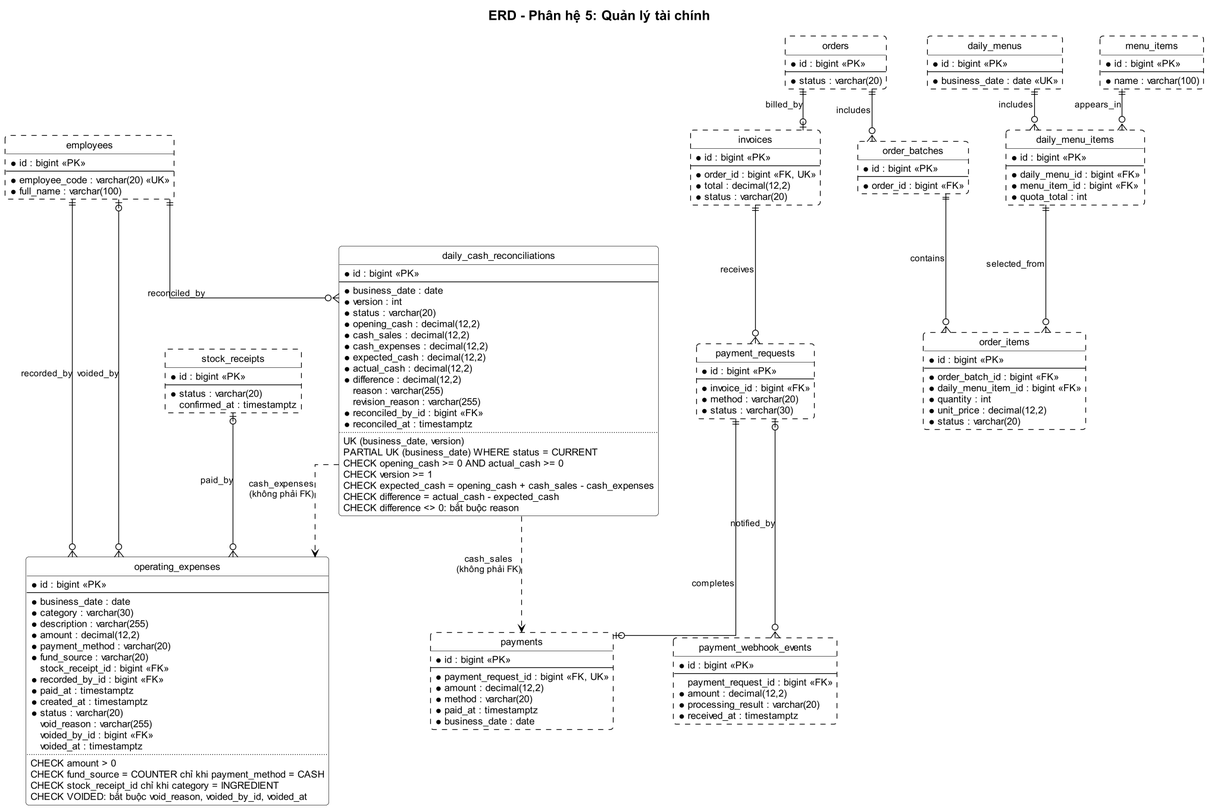
Anpham120/restaurant-management-system keeps this PlantUML diagram as docs/05-quan-ly-tai-chinh/erd.png. Above is the earlier version. Source of this version:
```plantuml
@startuml
!include ../_style.puml
hide circle
set separator none
skinparam linetype ortho
skinparam nodesep 50
skinparam ranksep 55
title ERD - Phân hệ 5: Quản lý tài chính

entity "employees" as employees #line.dashed {
  * id : bigint <<PK>>
  --
  * employee_code : varchar(20) <<UK>>
  * full_name : varchar(100)
}

entity "stock_receipts" as stock_receipts #line.dashed {
  * id : bigint <<PK>>
  --
  * status : varchar(20)
  confirmed_at : timestamptz
}

entity "operating_expenses" as operating_expenses {
  * id : bigint <<PK>>
  --
  * business_date : date
  * category : varchar(30)
  * description : varchar(255)
  * amount : decimal(12,2)
  * payment_method : varchar(20)
  * fund_source : varchar(20)
  stock_receipt_id : bigint <<FK>>
  * recorded_by_id : bigint <<FK>>
  * paid_at : timestamptz
  * created_at : timestamptz
  * status : varchar(20)
  void_reason : varchar(255)
  voided_by_id : bigint <<FK>>
  voided_at : timestamptz
  ..
  CHECK amount > 0
  CHECK fund_source = COUNTER chỉ khi payment_method = CASH
  CHECK stock_receipt_id chỉ khi category = INGREDIENT
  CHECK VOIDED: bắt buộc void_reason, voided_by_id, voided_at
}

entity "daily_cash_reconciliations" as daily_cash_reconciliations {
  * id : bigint <<PK>>
  --
  * business_date : date
  * version : int
  * status : varchar(20)
  * opening_cash : decimal(12,2)
  * cash_sales : decimal(12,2)
  * cash_expenses : decimal(12,2)
  * expected_cash : decimal(12,2)
  * actual_cash : decimal(12,2)
  * difference : decimal(12,2)
  reason : varchar(255)
  revision_reason : varchar(255)
  * reconciled_by_id : bigint <<FK>>
  * reconciled_at : timestamptz
  ..
  UK (business_date, version)
  PARTIAL UK (business_date) WHERE status = CURRENT
  CHECK opening_cash >= 0 AND actual_cash >= 0
  CHECK version >= 1
  CHECK expected_cash = opening_cash + cash_sales - cash_expenses
  CHECK difference = actual_cash - expected_cash
  CHECK difference <> 0: bắt buộc reason
}

entity "payments" as payments #line.dashed {
  * id : bigint <<PK>>
  --
  * payment_request_id : bigint <<FK, UK>>
  * amount : decimal(12,2)
  * method : varchar(20)
  * paid_at : timestamptz
  * business_date : date
}

entity "payment_requests" as payment_requests #line.dashed {
  * id : bigint <<PK>>
  --
  * invoice_id : bigint <<FK>>
  * method : varchar(20)
  * status : varchar(30)
}

entity "payment_webhook_events" as payment_webhook_events #line.dashed {
  * id : bigint <<PK>>
  --
  payment_request_id : bigint <<FK>>
  * amount : decimal(12,2)
  * processing_result : varchar(20)
  * received_at : timestamptz
}

entity "invoices" as invoices #line.dashed {
  * id : bigint <<PK>>
  --
  * order_id : bigint <<FK, UK>>
  * total : decimal(12,2)
  * status : varchar(20)
}

entity "orders" as orders #line.dashed {
  * id : bigint <<PK>>
  --
  * status : varchar(20)
}

entity "order_batches" as order_batches #line.dashed {
  * id : bigint <<PK>>
  --
  * order_id : bigint <<FK>>
}

entity "order_items" as order_items #line.dashed {
  * id : bigint <<PK>>
  --
  * order_batch_id : bigint <<FK>>
  * daily_menu_item_id : bigint <<FK>>
  * quantity : int
  * unit_price : decimal(12,2)
  * status : varchar(20)
}

entity "daily_menu_items" as daily_menu_items #line.dashed {
  * id : bigint <<PK>>
  --
  * daily_menu_id : bigint <<FK>>
  * menu_item_id : bigint <<FK>>
  * quota_total : int
}

entity "daily_menus" as daily_menus #line.dashed {
  * id : bigint <<PK>>
  --
  * business_date : date <<UK>>
}

entity "menu_items" as menu_items #line.dashed {
  * id : bigint <<PK>>
  --
  * name : varchar(100)
}

employees ||--o{ operating_expenses : recorded_by
employees |o--o{ operating_expenses : voided_by
stock_receipts |o--o{ operating_expenses : paid_by
employees ||--o{ daily_cash_reconciliations : reconciled_by
daily_menu_items ||--o{ order_items : selected_from
daily_menus ||--o{ daily_menu_items : includes
menu_items ||--o{ daily_menu_items : appears_in
orders ||--o{ order_batches : includes
order_batches ||--o{ order_items : contains
orders ||--o| invoices : billed_by
invoices ||--o{ payment_requests : receives
payment_requests ||--o| payments : completes
payment_requests |o--o{ payment_webhook_events : notified_by
daily_cash_reconciliations ..> payments : "cash_sales\n(không phải FK)"
daily_cash_reconciliations ..> operating_expenses : "cash_expenses\n(không phải FK)"
@enduml
```
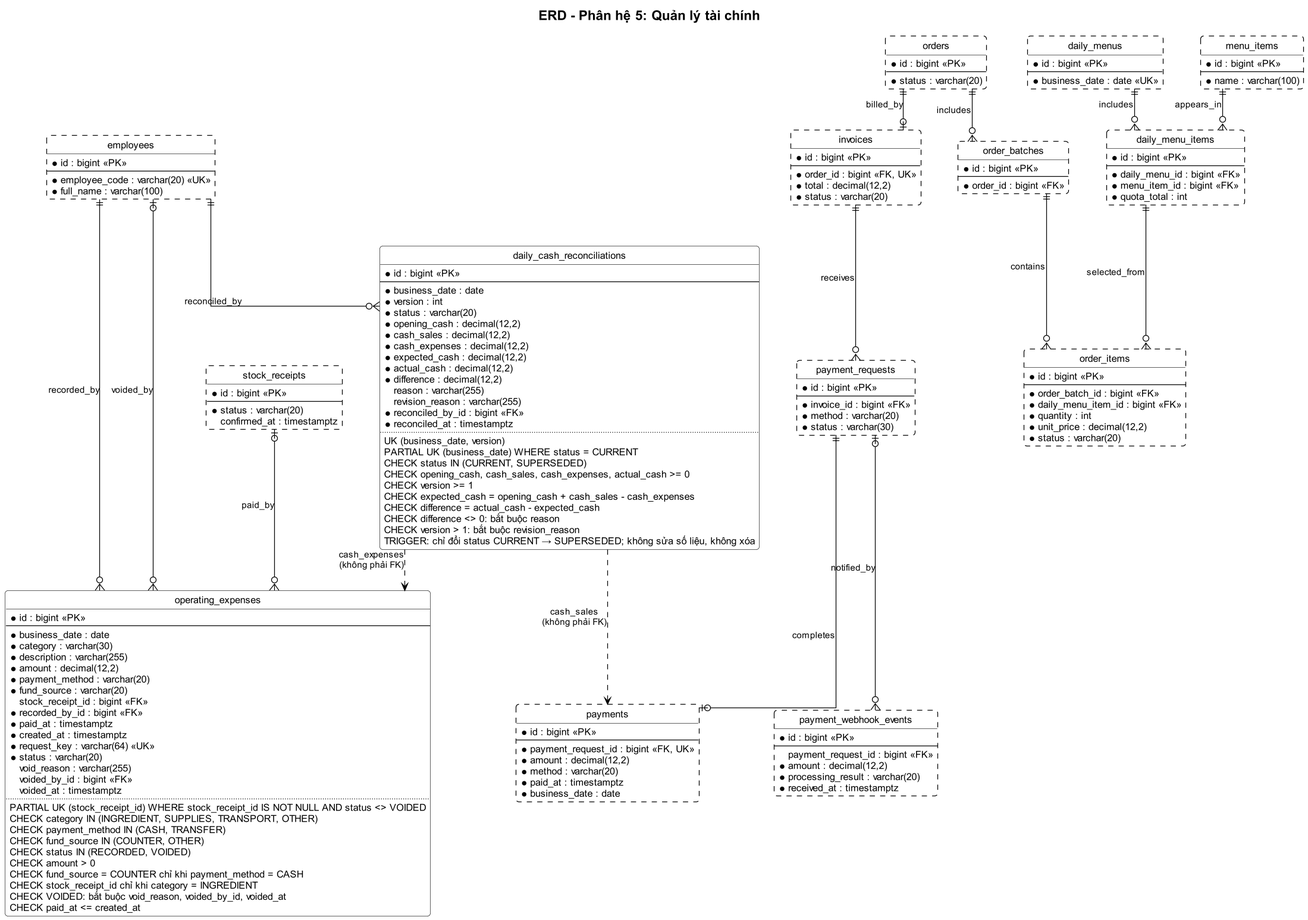
The same diagram one commit later.

The edit, as a diff of the source:
```diff
@@ -34,15 +34,22 @@
   * recorded_by_id : bigint <<FK>>
   * paid_at : timestamptz
   * created_at : timestamptz
+  * request_key : varchar(64) <<UK>>
   * status : varchar(20)
   void_reason : varchar(255)
   voided_by_id : bigint <<FK>>
   voided_at : timestamptz
   ..
+  PARTIAL UK (stock_receipt_id) WHERE stock_receipt_id IS NOT NULL AND status <> VOIDED
+  CHECK category IN (INGREDIENT, SUPPLIES, TRANSPORT, OTHER)
+  CHECK payment_method IN (CASH, TRANSFER)
+  CHECK fund_source IN (COUNTER, OTHER)
+  CHECK status IN (RECORDED, VOIDED)
   CHECK amount > 0
   CHECK fund_source = COUNTER chỉ khi payment_method = CASH
   CHECK stock_receipt_id chỉ khi category = INGREDIENT
   CHECK VOIDED: bắt buộc void_reason, voided_by_id, voided_at
+  CHECK paid_at <= created_at
 }
 
 entity "daily_cash_reconciliations" as daily_cash_reconciliations {
@@ -64,11 +71,14 @@
   ..
   UK (business_date, version)
   PARTIAL UK (business_date) WHERE status = CURRENT
-  CHECK opening_cash >= 0 AND actual_cash >= 0
+  CHECK status IN (CURRENT, SUPERSEDED)
+  CHECK opening_cash, cash_sales, cash_expenses, actual_cash >= 0
   CHECK version >= 1
   CHECK expected_cash = opening_cash + cash_sales - cash_expenses
   CHECK difference = actual_cash - expected_cash
   CHECK difference <> 0: bắt buộc reason
+  CHECK version > 1: bắt buộc revision_reason
+  TRIGGER: chỉ đổi status CURRENT → SUPERSEDED; không sửa số liệu, không xóa
 }
 
 entity "payments" as payments #line.dashed {
```
